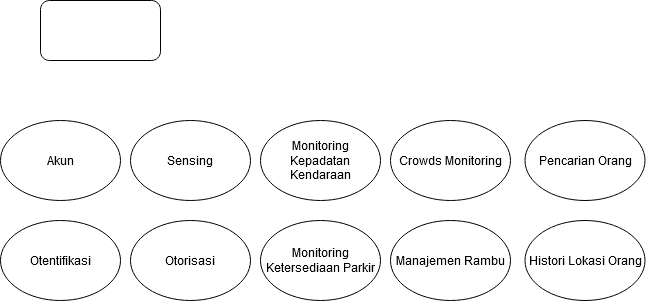
Before: Diagram1.png, a diagram exported from draw.io (shadow17t/diagram). Source tidied: cells renumbered, new cells last; positions are measured from the earlier drawing's top-left corner, leaving out a move shared by most shapes. Its diagram source:
```xml
<mxGraphModel>
  <root>
    <mxCell id="0" />
    <mxCell id="1" parent="0" />
    <mxCell id="2" style="rounded=1;whiteSpace=wrap;html=1;" parent="1" vertex="1">
      <mxGeometry x="40" width="120" height="60" as="geometry" />
    </mxCell>
    <mxCell id="3" value="Akun" style="ellipse;whiteSpace=wrap;html=1;" parent="1" vertex="1">
      <mxGeometry y="120" width="120" height="80" as="geometry" />
    </mxCell>
    <mxCell id="4" value="Sensing" style="ellipse;whiteSpace=wrap;html=1;" parent="1" vertex="1">
      <mxGeometry x="130" y="120" width="120" height="80" as="geometry" />
    </mxCell>
    <mxCell id="5" value="Monitoring Kepadatan Kendaraan" style="ellipse;whiteSpace=wrap;html=1;" parent="1" vertex="1">
      <mxGeometry x="260" y="120" width="120" height="80" as="geometry" />
    </mxCell>
    <mxCell id="6" value="Crowds Monitoring" style="ellipse;whiteSpace=wrap;html=1;" parent="1" vertex="1">
      <mxGeometry x="390" y="120" width="120" height="80" as="geometry" />
    </mxCell>
    <mxCell id="7" value="Monitoring Ketersediaan Parkir" style="ellipse;whiteSpace=wrap;html=1;" parent="1" vertex="1">
      <mxGeometry x="260" y="220" width="120" height="80" as="geometry" />
    </mxCell>
    <mxCell id="8" value="Otentifikasi" style="ellipse;whiteSpace=wrap;html=1;" parent="1" vertex="1">
      <mxGeometry y="220" width="120" height="80" as="geometry" />
    </mxCell>
    <mxCell id="9" value="Otorisasi" style="ellipse;whiteSpace=wrap;html=1;" parent="1" vertex="1">
      <mxGeometry x="130" y="220" width="120" height="80" as="geometry" />
    </mxCell>
    <mxCell id="10" value="Pencarian Orang" style="ellipse;whiteSpace=wrap;html=1;" parent="1" vertex="1">
      <mxGeometry x="524.5" y="120" width="120" height="80" as="geometry" />
    </mxCell>
    <mxCell id="11" value="Manajemen Rambu" style="ellipse;whiteSpace=wrap;html=1;" parent="1" vertex="1">
      <mxGeometry x="390" y="220" width="120" height="80" as="geometry" />
    </mxCell>
    <mxCell id="12" value="Histori Lokasi Orang" style="ellipse;whiteSpace=wrap;html=1;" parent="1" vertex="1">
      <mxGeometry x="524.5" y="220" width="120" height="80" as="geometry" />
    </mxCell>
  </root>
</mxGraphModel>
```
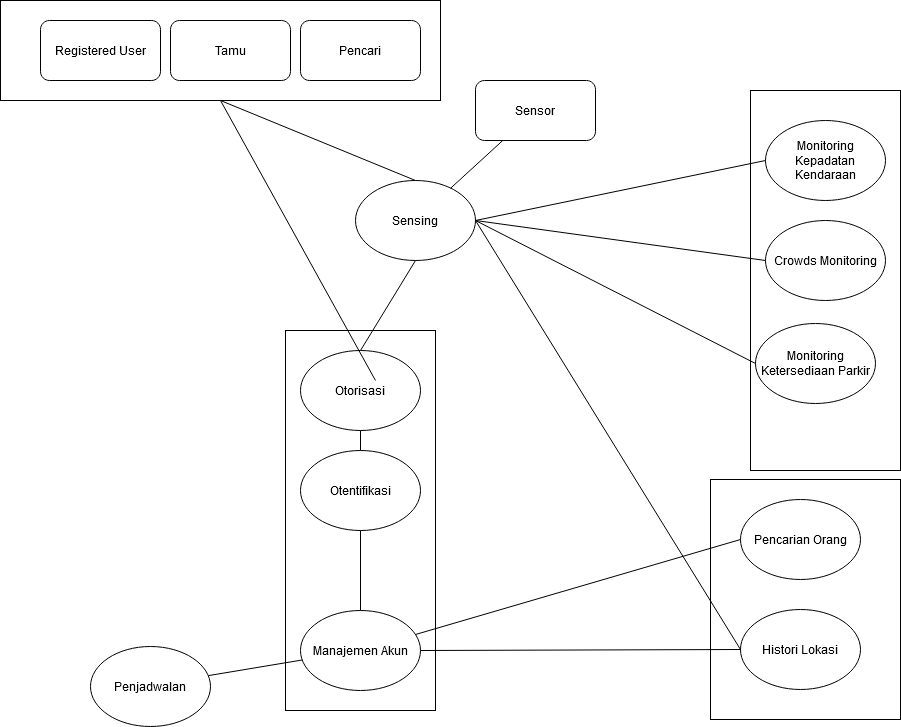
The same file after the commit.

Diff of the diagram source:
```diff
@@ -2,38 +2,102 @@
   <root>
     <mxCell id="0" />
     <mxCell id="1" parent="0" />
+    <mxCell id="13" style="rounded=0;whiteSpace=wrap;html=1;" parent="1" vertex="1">
+      <mxGeometry x="60" y="50" width="440" height="100" as="geometry" />
+    </mxCell>
+    <mxCell id="14" style="rounded=0;whiteSpace=wrap;html=1;" parent="1" vertex="1">
+      <mxGeometry x="810" y="140" width="150" height="380" as="geometry" />
+    </mxCell>
+    <mxCell id="15" style="rounded=0;whiteSpace=wrap;html=1;" parent="1" vertex="1">
+      <mxGeometry x="345" y="380" width="150" height="380" as="geometry" />
+    </mxCell>
+    <mxCell id="16" style="rounded=0;whiteSpace=wrap;html=1;" parent="1" vertex="1">
+      <mxGeometry x="770" y="529" width="190" height="240" as="geometry" />
+    </mxCell>
-    <mxCell id="2" style="rounded=1;whiteSpace=wrap;html=1;" parent="1" vertex="1">
-      <mxGeometry x="40" width="120" height="60" as="geometry" />
+    <mxCell id="2" value="Pencari" style="rounded=1;whiteSpace=wrap;html=1;" parent="1" vertex="1">
+      <mxGeometry x="360" y="70" width="120" height="60" as="geometry" />
     </mxCell>
-    <mxCell id="3" value="Akun" style="ellipse;whiteSpace=wrap;html=1;" parent="1" vertex="1">
-      <mxGeometry y="120" width="120" height="80" as="geometry" />
+    <mxCell id="3" value="Manajemen Akun" style="ellipse;whiteSpace=wrap;html=1;" parent="1" vertex="1">
+      <mxGeometry x="360" y="660" width="120" height="80" as="geometry" />
     </mxCell>
     <mxCell id="4" value="Sensing" style="ellipse;whiteSpace=wrap;html=1;" parent="1" vertex="1">
-      <mxGeometry x="130" y="120" width="120" height="80" as="geometry" />
+      <mxGeometry x="415" y="230" width="120" height="80" as="geometry" />
     </mxCell>
     <mxCell id="5" value="Monitoring Kepadatan Kendaraan" style="ellipse;whiteSpace=wrap;html=1;" parent="1" vertex="1">
-      <mxGeometry x="260" y="120" width="120" height="80" as="geometry" />
+      <mxGeometry x="825" y="170" width="120" height="80" as="geometry" />
     </mxCell>
     <mxCell id="6" value="Crowds Monitoring" style="ellipse;whiteSpace=wrap;html=1;" parent="1" vertex="1">
-      <mxGeometry x="390" y="120" width="120" height="80" as="geometry" />
+      <mxGeometry x="825" y="270" width="120" height="80" as="geometry" />
     </mxCell>
     <mxCell id="7" value="Monitoring Ketersediaan Parkir" style="ellipse;whiteSpace=wrap;html=1;" parent="1" vertex="1">
-      <mxGeometry x="260" y="220" width="120" height="80" as="geometry" />
+      <mxGeometry x="815" y="373" width="120" height="80" as="geometry" />
     </mxCell>
     <mxCell id="8" value="Otentifikasi" style="ellipse;whiteSpace=wrap;html=1;" parent="1" vertex="1">
-      <mxGeometry y="220" width="120" height="80" as="geometry" />
+      <mxGeometry x="360" y="500" width="120" height="80" as="geometry" />
     </mxCell>
     <mxCell id="9" value="Otorisasi" style="ellipse;whiteSpace=wrap;html=1;" parent="1" vertex="1">
-      <mxGeometry x="130" y="220" width="120" height="80" as="geometry" />
+      <mxGeometry x="360" y="400" width="120" height="80" as="geometry" />
     </mxCell>
     <mxCell id="10" value="Pencarian Orang" style="ellipse;whiteSpace=wrap;html=1;" parent="1" vertex="1">
-      <mxGeometry x="524.5" y="120" width="120" height="80" as="geometry" />
+      <mxGeometry x="800" y="549" width="120" height="80" as="geometry" />
     </mxCell>
-    <mxCell id="11" value="Manajemen Rambu" style="ellipse;whiteSpace=wrap;html=1;" parent="1" vertex="1">
-      <mxGeometry x="390" y="220" width="120" height="80" as="geometry" />
+    <mxCell id="11" value="Penjadwalan" style="ellipse;whiteSpace=wrap;html=1;" parent="1" vertex="1">
+      <mxGeometry x="150" y="696" width="120" height="80" as="geometry" />
     </mxCell>
-    <mxCell id="12" value="Histori Lokasi Orang" style="ellipse;whiteSpace=wrap;html=1;" parent="1" vertex="1">
-      <mxGeometry x="524.5" y="220" width="120" height="80" as="geometry" />
+    <mxCell id="12" value="Histori Lokasi" style="ellipse;whiteSpace=wrap;html=1;" parent="1" vertex="1">
+      <mxGeometry x="800" y="659" width="120" height="80" as="geometry" />
     </mxCell>
+    <mxCell id="17" value="Tamu" style="rounded=1;whiteSpace=wrap;html=1;" parent="1" vertex="1">
+      <mxGeometry x="230" y="70" width="120" height="60" as="geometry" />
+    </mxCell>
+    <mxCell id="18" value="Registered User" style="rounded=1;whiteSpace=wrap;html=1;" parent="1" vertex="1">
+      <mxGeometry x="100" y="70" width="120" height="60" as="geometry" />
+    </mxCell>
+    <mxCell id="19" style="endArrow=none;html=1;entryX=0.5;entryY=1;entryDx=0;entryDy=0;exitX=0.5;exitY=0;exitDx=0;exitDy=0;" parent="1" edge="1" source="9" target="4">
+      <mxGeometry relative="1" as="geometry" />
+    </mxCell>
+    <mxCell id="20" style="endArrow=none;html=1;exitX=0.5;exitY=1;exitDx=0;exitDy=0;" parent="1" edge="1" source="9" target="8">
+      <mxGeometry relative="1" as="geometry" />
+    </mxCell>
+    <mxCell id="21" style="endArrow=none;html=1;exitX=0.5;exitY=1;exitDx=0;exitDy=0;" parent="1" edge="1" source="8" target="3">
+      <mxGeometry relative="1" as="geometry" />
+    </mxCell>
+    <mxCell id="22" style="endArrow=none;html=1;exitX=1;exitY=0.5;exitDx=0;exitDy=0;entryX=0;entryY=0.5;entryDx=0;entryDy=0;" parent="1" edge="1" source="4" target="5">
+      <mxGeometry relative="1" as="geometry" />
+    </mxCell>
+    <mxCell id="23" style="endArrow=none;html=1;exitX=1;exitY=0.5;exitDx=0;exitDy=0;entryX=0;entryY=0.5;entryDx=0;entryDy=0;" parent="1" edge="1" source="4" target="6">
+      <mxGeometry relative="1" as="geometry" />
+    </mxCell>
+    <mxCell id="24" style="endArrow=none;html=1;exitX=1;exitY=0.5;exitDx=0;exitDy=0;entryX=0;entryY=0.5;entryDx=0;entryDy=0;" parent="1" edge="1" source="4" target="7">
+      <mxGeometry relative="1" as="geometry" />
+    </mxCell>
+    <mxCell id="25" style="endArrow=none;html=1;entryX=0;entryY=0.5;entryDx=0;entryDy=0;" parent="1" edge="1" source="3" target="10">
+      <mxGeometry relative="1" as="geometry" />
+    </mxCell>
+    <mxCell id="26" style="endArrow=none;html=1;exitX=1;exitY=0.5;exitDx=0;exitDy=0;" parent="1" edge="1" source="3" target="12">
+      <mxGeometry relative="1" as="geometry" />
+    </mxCell>
+    <mxCell id="27" style="endArrow=none;html=1;entryX=0.983;entryY=0.364;entryDx=0;entryDy=0;entryPerimeter=0;" parent="1" edge="1" source="3" target="11">
+      <mxGeometry relative="1" as="geometry" />
+    </mxCell>
+    <mxCell id="28" style="endArrow=none;html=1;entryX=1;entryY=0.5;entryDx=0;entryDy=0;exitX=0;exitY=0.5;exitDx=0;exitDy=0;" parent="1" edge="1" source="12" target="4">
+      <mxGeometry relative="1" as="geometry" />
+    </mxCell>
+    <mxCell id="29" value="Sensor" style="rounded=1;whiteSpace=wrap;html=1;" parent="1" vertex="1">
+      <mxGeometry x="535" y="130" width="120" height="60" as="geometry" />
+    </mxCell>
+    <mxCell id="30" style="endArrow=none;html=1;" parent="1" edge="1" source="4" target="29">
+      <mxGeometry relative="1" as="geometry" />
+    </mxCell>
+    <mxCell id="31" style="endArrow=none;html=1;entryX=0.5;entryY=1;entryDx=0;entryDy=0;" parent="1" edge="1" target="13">
+      <mxGeometry relative="1" as="geometry">
+        <mxPoint x="435" y="430" as="sourcePoint" />
+      </mxGeometry>
+    </mxCell>
+    <mxCell id="32" style="endArrow=none;html=1;entryX=0.5;entryY=1;entryDx=0;entryDy=0;exitX=0.5;exitY=0;exitDx=0;exitDy=0;" parent="1" edge="1" source="4">
+      <mxGeometry relative="1" as="geometry">
+        <mxPoint x="280" y="150" as="targetPoint" />
+      </mxGeometry>
+    </mxCell>
   </root>
 </mxGraphModel>
```
